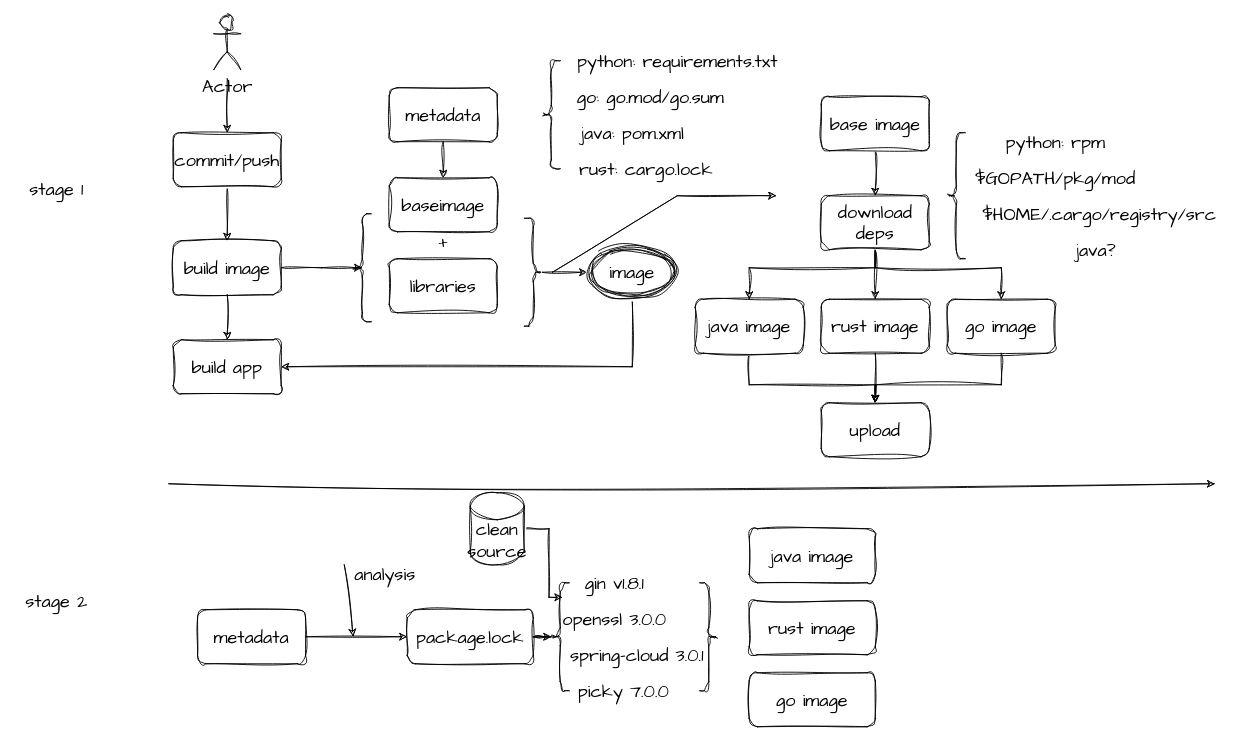
Earlier version of the draw.io diagram offline_buildkit.drawio (pkking/mydrawio). Source tidied: cells renumbered, new cells numbered last; positions are measured from the earlier drawing's top-left corner, leaving out a move shared by most shapes. Both pictures are drawn from the tidied source at 90%, with x=0, y=0 at pixel (15, 15).
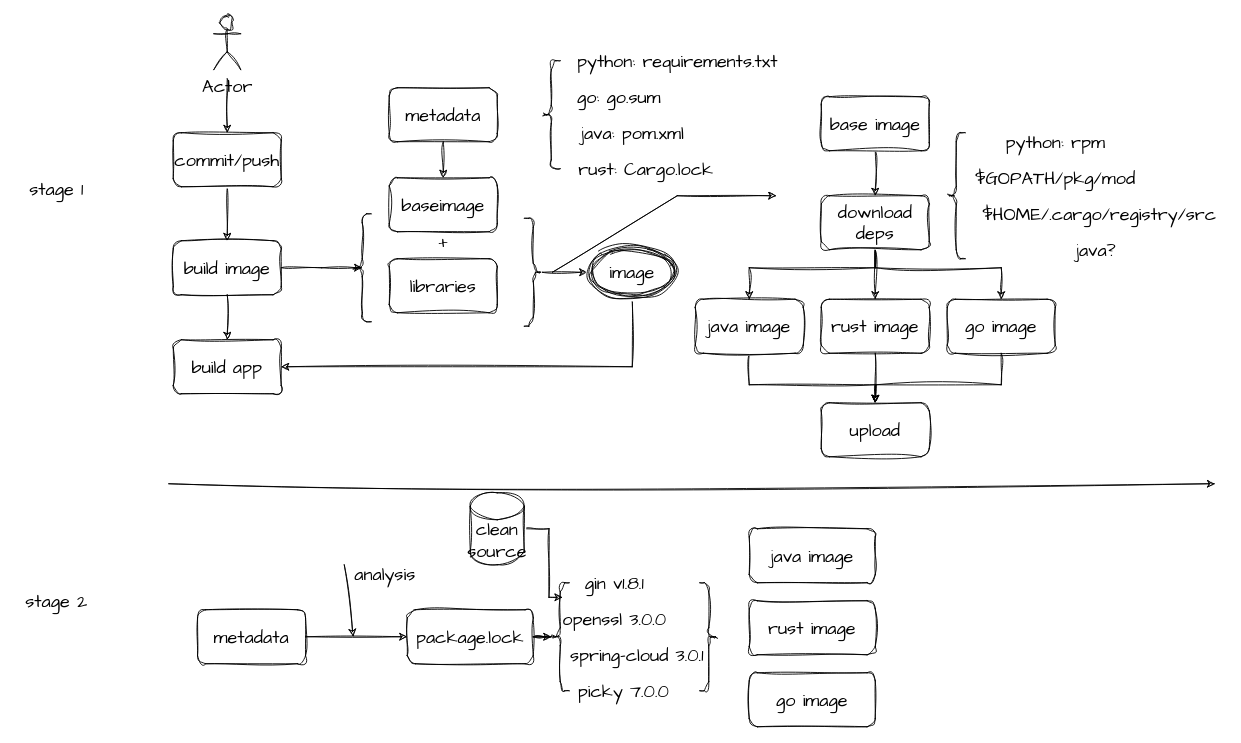
The same page after the edit.

What changed in the source:
```diff
@@
-    <mxCell id="20" value="go: go.mod/go.sum" style="text;html=1;align=center;verticalAlign=middle;strokeColor=none;fillColor=none;fontSize=20;fontFamily=Architects Daughter;" parent="1" vertex="1">
-      <mxGeometry x="610" y="70" width="190" height="40" as="geometry" />
+    <mxCell id="20" value="go: go.sum" style="text;html=1;align=center;verticalAlign=middle;strokeColor=none;fillColor=none;fontSize=20;fontFamily=Architects Daughter;" parent="1" vertex="1">
+      <mxGeometry x="610" y="70" width="120" height="40" as="geometry" />
     </mxCell>
@@
-    <mxCell id="22" value="rust: cargo.lock" style="text;html=1;align=center;verticalAlign=middle;strokeColor=none;fillColor=none;fontSize=20;fontFamily=Architects Daughter;" parent="1" vertex="1">
+    <mxCell id="22" value="rust: Cargo.lock" style="text;html=1;align=center;verticalAlign=middle;strokeColor=none;fillColor=none;fontSize=20;fontFamily=Architects Daughter;" parent="1" vertex="1">
       <mxGeometry x="615" y="150" width="170" height="40" as="geometry" />
     </mxCell>
```
